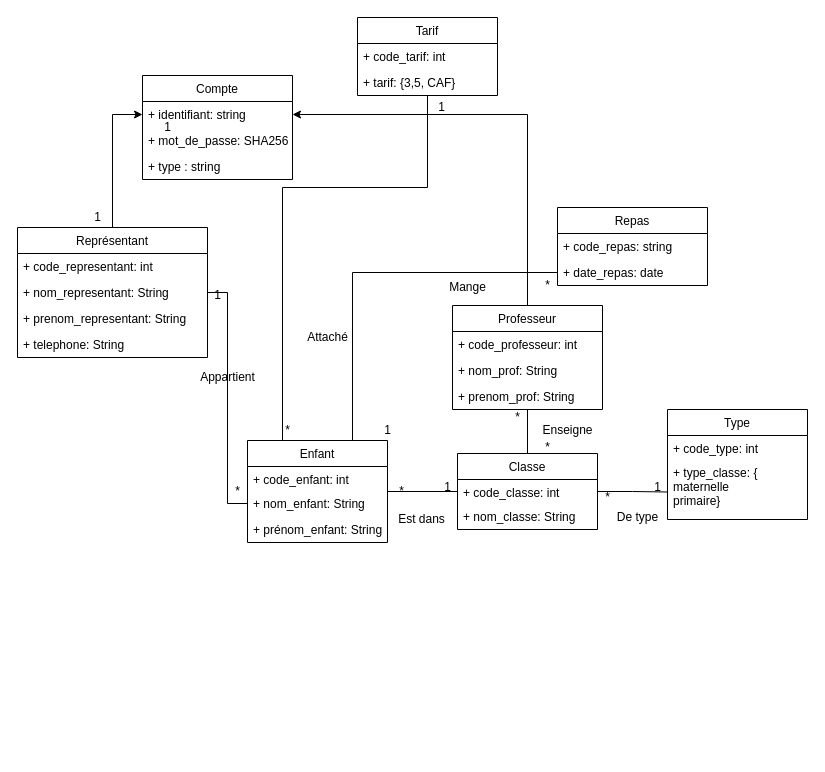
Above: page "Page-2" (2 of 2) of documents/SGBD.drawio in Gwendo73/Cantine (draw.io), before the change. Source tidied: cells renumbered, new cells numbered last; positions are measured from the earlier drawing's top-left corner, leaving out a move shared by most shapes. Both pictures are drawn from the tidied source at 100%, with x=0, y=0 at pixel (17, 17).
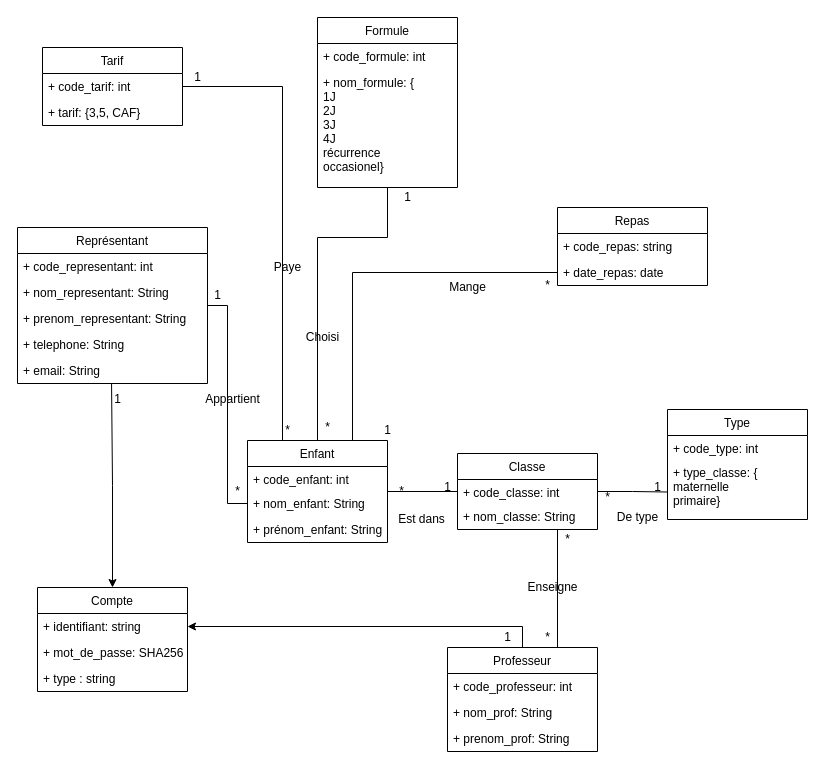
The same page after the edit.

Unchanged cells that the change refers to:
```xml
<mxCell id="15" value="Enfant" style="swimlane;fontStyle=0;horizontal=1;startSize=26;fillColor=none;" parent="1" vertex="1">
  <mxGeometry x="230" y="423" width="140" height="102" as="geometry" />
</mxCell>
<mxCell id="19" value="Classe" style="swimlane;fontStyle=0;horizontal=1;startSize=26;fillColor=none;" parent="1" vertex="1">
  <mxGeometry x="440" y="436" width="140" height="76" as="geometry" />
</mxCell>
<mxCell id="21" value="+ nom_classe: String" style="text;strokeColor=none;fillColor=none;align=left;verticalAlign=top;spacingLeft=4;spacingRight=4;overflow=hidden;points=[[0,0.5],[1,0.5]];portConstraint=eastwest;" parent="19" vertex="1">
  <mxGeometry y="50" width="140" height="26" as="geometry" />
</mxCell>
<mxCell id="45" value="+ identifiant: string" style="text;strokeColor=none;fillColor=none;align=left;verticalAlign=top;spacingLeft=4;spacingRight=4;overflow=hidden;points=[[0,0.5],[1,0.5]];portConstraint=eastwest;" parent="44" vertex="1">
  <mxGeometry y="26" width="150" height="26" as="geometry" />
</mxCell>
```

The edit, as a diff of the source:
```diff
@@
     <mxCell id="2" style="edgeStyle=orthogonalEdgeStyle;rounded=0;jettySize=auto;html=1;entryX=0.25;entryY=0;entryDx=0;entryDy=0;endArrow=none;endFill=0;" parent="1" edge="1" source="3" target="15">
       <mxGeometry relative="1" as="geometry">
         <Array as="points">
-          <mxPoint x="410" y="170" />
-          <mxPoint x="265" y="170" />
+          <mxPoint x="265" y="69" />
         </Array>
       </mxGeometry>
     </mxCell>
     <mxCell id="3" value="Tarif" style="swimlane;fontStyle=0;horizontal=1;startSize=26;fillColor=none;" parent="1" vertex="1">
-      <mxGeometry x="340" width="140" height="78" as="geometry" />
+      <mxGeometry x="25" y="30" width="140" height="78" as="geometry" />
     </mxCell>
@@
-    <mxCell id="9" style="edgeStyle=orthogonalEdgeStyle;rounded=0;jettySize=auto;html=1;exitX=0.5;exitY=0;exitDx=0;exitDy=0;entryX=0;entryY=0.5;entryDx=0;entryDy=0;" parent="1" edge="1" source="10" target="45">
-      <mxGeometry relative="1" as="geometry" />
-    </mxCell>
     <mxCell id="10" value="Représentant" style="swimlane;fontStyle=0;horizontal=1;startSize=26;fillColor=none;" parent="1" vertex="1">
-      <mxGeometry y="210" width="190" height="130" as="geometry" />
+      <mxGeometry y="210" width="190" height="156" as="geometry" />
     </mxCell>
@@
+    <mxCell id="59" value="+ email: String" style="text;strokeColor=none;fillColor=none;align=left;verticalAlign=top;spacingLeft=4;spacingRight=4;overflow=hidden;points=[[0,0.5],[1,0.5]];portConstraint=eastwest;" parent="10" vertex="1">
+      <mxGeometry y="130" width="190" height="26" as="geometry" />
+    </mxCell>
@@
     <mxCell id="30" value="1" style="text;html=1;align=center;verticalAlign=middle;strokeColor=none;fillColor=none;" parent="1" vertex="1">
-      <mxGeometry x="414" y="80" width="20" height="20" as="geometry" />
+      <mxGeometry x="170" y="50" width="20" height="20" as="geometry" />
     </mxCell>
@@
     <mxCell id="39" value="Appartient" style="text;html=1;align=center;verticalAlign=middle;strokeColor=none;fillColor=none;" parent="1" vertex="1">
-      <mxGeometry x="175" y="350" width="70" height="20" as="geometry" />
+      <mxGeometry x="180" y="372" width="70" height="20" as="geometry" />
     </mxCell>
-    <mxCell id="40" value="Attaché" style="text;html=1;align=center;verticalAlign=middle;strokeColor=none;fillColor=none;" parent="1" vertex="1">
-      <mxGeometry x="280" y="310" width="60" height="20" as="geometry" />
+    <mxCell id="40" value="Paye" style="text;html=1;align=center;verticalAlign=middle;strokeColor=none;fillColor=none;" parent="1" vertex="1">
+      <mxGeometry x="250" y="240" width="40" height="20" as="geometry" />
     </mxCell>
@@
+    <mxCell id="60" style="edgeStyle=orthogonalEdgeStyle;rounded=0;jettySize=auto;html=1;exitX=0.5;exitY=0;exitDx=0;exitDy=0;entryX=0.495;entryY=1;entryDx=0;entryDy=0;entryPerimeter=0;endArrow=none;endFill=0;startArrow=classic;startFill=1;" parent="1" edge="1" source="44" target="59">
+      <mxGeometry relative="1" as="geometry" />
+    </mxCell>
     <mxCell id="44" value="Compte" style="swimlane;fontStyle=0;horizontal=1;startSize=26;fillColor=none;" parent="1" vertex="1">
-      <mxGeometry x="125" y="58" width="150" height="104" as="geometry" />
+      <mxGeometry x="20" y="570" width="150" height="104" as="geometry" />
     </mxCell>
@@
     <mxCell id="48" value="1" style="text;html=1;align=center;verticalAlign=middle;strokeColor=none;fillColor=none;" parent="1" vertex="1">
-      <mxGeometry x="70" y="190" width="20" height="20" as="geometry" />
+      <mxGeometry x="90" y="372" width="20" height="20" as="geometry" />
     </mxCell>
-    <mxCell id="49" value="1" style="text;html=1;align=center;verticalAlign=middle;strokeColor=none;fillColor=none;" parent="1" vertex="1">
-      <mxGeometry x="140" y="100" width="20" height="20" as="geometry" />
-    </mxCell>
-    <mxCell id="50" style="edgeStyle=orthogonalEdgeStyle;rounded=0;jettySize=auto;html=1;exitX=0.5;exitY=0;exitDx=0;exitDy=0;entryX=1;entryY=0.5;entryDx=0;entryDy=0;endArrow=classic;endFill=1;" parent="1" edge="1" source="52" target="45">
+    <mxCell id="50" style="edgeStyle=orthogonalEdgeStyle;rounded=0;jettySize=auto;html=1;entryX=1;entryY=0.5;entryDx=0;entryDy=0;" parent="1" edge="1" source="52" target="45">
       <mxGeometry relative="1" as="geometry" />
     </mxCell>
-    <mxCell id="51" style="edgeStyle=orthogonalEdgeStyle;rounded=0;jettySize=auto;html=1;entryX=0.5;entryY=0;entryDx=0;entryDy=0;endArrow=none;endFill=0;" parent="1" edge="1" source="52" target="19">
-      <mxGeometry relative="1" as="geometry" />
-    </mxCell>
+    <mxCell id="61" style="edgeStyle=orthogonalEdgeStyle;rounded=0;jettySize=auto;html=1;exitX=0.5;exitY=0;exitDx=0;exitDy=0;entryX=0.464;entryY=1;entryDx=0;entryDy=0;entryPerimeter=0;endArrow=none;endFill=0;" parent="1" edge="1" source="52" target="21">
+      <mxGeometry relative="1" as="geometry">
+        <Array as="points">
+          <mxPoint x="540" y="630" />
+          <mxPoint x="540" y="512" />
+        </Array>
+      </mxGeometry>
+    </mxCell>
     <mxCell id="52" value="Professeur" style="swimlane;fontStyle=0;horizontal=1;startSize=26;fillColor=none;" parent="1" vertex="1">
-      <mxGeometry x="435" y="288" width="150" height="104" as="geometry" />
+      <mxGeometry x="430" y="630" width="150" height="104" as="geometry" />
     </mxCell>
@@
     <mxCell id="56" value="*" style="text;html=1;align=center;verticalAlign=middle;strokeColor=none;fillColor=none;" parent="1" vertex="1">
-      <mxGeometry x="520" y="420" width="20" height="20" as="geometry" />
+      <mxGeometry x="520" y="610" width="20" height="20" as="geometry" />
     </mxCell>
     <mxCell id="57" value="*" style="text;html=1;align=center;verticalAlign=middle;strokeColor=none;fillColor=none;" parent="1" vertex="1">
-      <mxGeometry x="490" y="390" width="20" height="20" as="geometry" />
+      <mxGeometry x="540" y="512" width="20" height="20" as="geometry" />
     </mxCell>
     <mxCell id="58" value="Enseigne" style="text;html=1;align=center;verticalAlign=middle;strokeColor=none;fillColor=none;" parent="1" vertex="1">
-      <mxGeometry x="515" y="403" width="70" height="20" as="geometry" />
+      <mxGeometry x="500" y="560" width="70" height="20" as="geometry" />
     </mxCell>
+    <mxCell id="62" style="edgeStyle=orthogonalEdgeStyle;rounded=0;jettySize=auto;html=1;entryX=0.5;entryY=0;entryDx=0;entryDy=0;endArrow=none;endFill=0;" parent="1" edge="1" source="63" target="15">
+      <mxGeometry relative="1" as="geometry">
+        <Array as="points">
+          <mxPoint x="370" y="220" />
+          <mxPoint x="300" y="220" />
+        </Array>
+      </mxGeometry>
+    </mxCell>
+    <mxCell id="63" value="Formule" style="swimlane;fontStyle=0;horizontal=1;startSize=26;" parent="1" vertex="1">
+      <mxGeometry x="300" width="140" height="170" as="geometry" />
+    </mxCell>
+    <mxCell id="64" value="+ code_formule: int" style="text;strokeColor=none;fillColor=none;align=left;verticalAlign=top;spacingLeft=4;spacingRight=4;overflow=hidden;" parent="63" vertex="1">
+      <mxGeometry y="26" width="140" height="26" as="geometry" />
+    </mxCell>
+    <mxCell id="65" value="+ nom_formule: {&#10;1J&#10;2J&#10;3J&#10;4J&#10;récurrence&#10;occasionel}" style="text;strokeColor=none;fillColor=none;align=left;verticalAlign=top;spacingLeft=4;spacingRight=4;overflow=hidden;" parent="63" vertex="1">
+      <mxGeometry y="52" width="140" height="118" as="geometry" />
+    </mxCell>
+    <mxCell id="66" value="1" style="text;html=1;align=center;verticalAlign=middle;strokeColor=none;fillColor=none;" parent="1" vertex="1">
+      <mxGeometry x="380" y="170" width="20" height="20" as="geometry" />
+    </mxCell>
+    <mxCell id="67" value="*" style="text;html=1;align=center;verticalAlign=middle;strokeColor=none;fillColor=none;" parent="1" vertex="1">
+      <mxGeometry x="300" y="400" width="20" height="20" as="geometry" />
+    </mxCell>
+    <mxCell id="68" value="1" style="text;html=1;align=center;verticalAlign=middle;strokeColor=none;fillColor=none;" parent="1" vertex="1">
+      <mxGeometry x="480" y="610" width="20" height="20" as="geometry" />
+    </mxCell>
+    <mxCell id="69" value="Choisi" style="text;html=1;align=center;verticalAlign=middle;strokeColor=none;fillColor=none;" parent="1" vertex="1">
+      <mxGeometry x="280" y="310" width="50" height="20" as="geometry" />
+    </mxCell>
```
